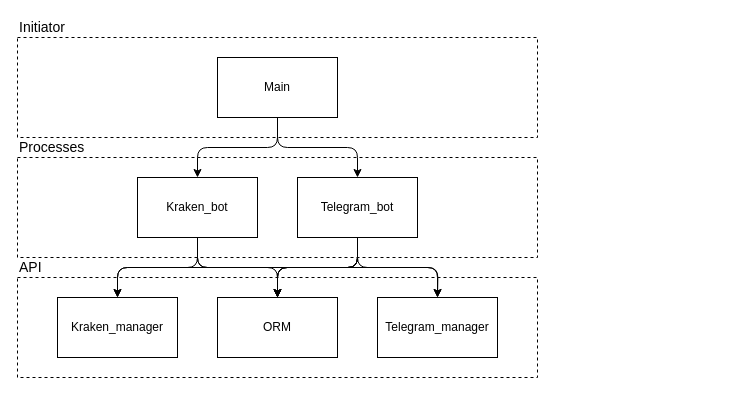
ArkadyBuryakov/Volatobot keeps this draw.io diagram as docs/application_structure.drawio. Above is the earlier version. Source tidied: cells renumbered, new cells numbered last; positions are measured from the earlier drawing's top-left corner, leaving out a move shared by most shapes. Both pictures are drawn from the tidied source at 100%, with x=0, y=0 at pixel (17, 17).
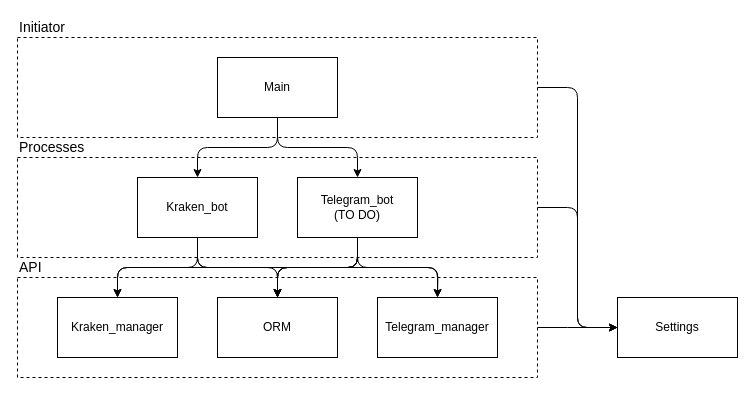
The same page after the edit.

Unchanged cells that the change refers to:
```xml
<mxCell id="2" style="whiteSpace=wrap;html=1;fillColor=none;dashed=1;align=left;" parent="1" vertex="1">
  <mxGeometry y="20" width="520" height="100" as="geometry" />
</mxCell>
<mxCell id="3" style="whiteSpace=wrap;html=1;fillColor=none;dashed=1;" parent="1" vertex="1">
  <mxGeometry y="140" width="520" height="100" as="geometry" />
</mxCell>
<mxCell id="4" style="whiteSpace=wrap;html=1;fillColor=none;dashed=1;" parent="1" vertex="1">
  <mxGeometry y="260" width="520" height="100" as="geometry" />
</mxCell>
```

The edit, as a diff of the source:
```diff
@@
+    <mxCell id="24" style="edgeStyle=orthogonalEdgeStyle;rounded=1;jettySize=auto;html=1;entryX=0;entryY=0.5;entryDx=0;entryDy=0;" parent="1" edge="1" source="2" target="27">
+      <mxGeometry relative="1" as="geometry" />
+    </mxCell>
@@
+    <mxCell id="25" style="edgeStyle=orthogonalEdgeStyle;rounded=1;jettySize=auto;html=1;entryX=0;entryY=0.5;entryDx=0;entryDy=0;" parent="1" edge="1" source="3" target="27">
+      <mxGeometry relative="1" as="geometry" />
+    </mxCell>
@@
+    <mxCell id="26" style="edgeStyle=orthogonalEdgeStyle;rounded=1;jettySize=auto;html=1;" parent="1" edge="1" source="4">
+      <mxGeometry relative="1" as="geometry">
+        <mxPoint x="600" y="310" as="targetPoint" />
+      </mxGeometry>
+    </mxCell>
@@
-    <mxCell id="17" value="Telegram_bot" style="whiteSpace=wrap;html=1;" parent="1" vertex="1">
+    <mxCell id="17" value="Telegram_bot&lt;br&gt;(TO DO)" style="whiteSpace=wrap;html=1;" parent="1" vertex="1">
       <mxGeometry x="280" y="160" width="120" height="60" as="geometry" />
     </mxCell>
@@
+    <mxCell id="27" value="Settings" style="whiteSpace=wrap;html=1;" parent="1" vertex="1">
+      <mxGeometry x="600" y="280" width="120" height="60" as="geometry" />
+    </mxCell>
```
